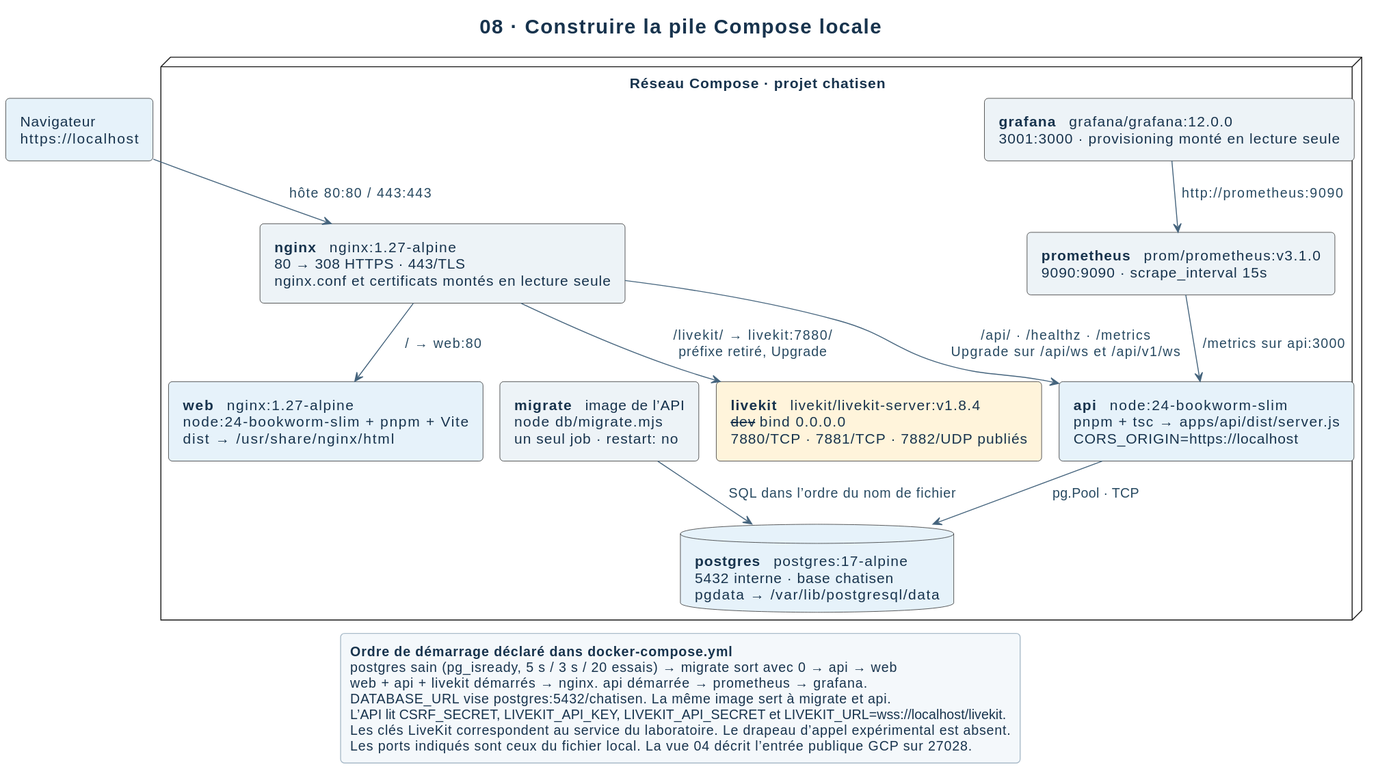
Earlier version of the PlantUML export docs/architecture/svg/08-compose.svg (Zayonx-0/ChatISEN). Its diagram source:
```plantuml
@startuml
!pragma layout smetana
skinparam backgroundColor white
skinparam shadowing false
skinparam defaultFontName SansSerif
skinparam defaultFontSize 15
skinparam defaultFontColor #17334D
skinparam titleFontSize 21
skinparam titleFontColor #17334D
skinparam ArrowColor #45647D
skinparam ArrowFontColor #274961
skinparam ArrowFontSize 14
skinparam roundcorner 8
skinparam padding 5
skinparam LegendBackgroundColor #F4F8FB
skinparam LegendBorderColor #AABCCA
skinparam NoteBackgroundColor #FFF4DB
skinparam NoteBorderColor #AB8046
skinparam NoteFontColor #48361A
skinparam sequenceParticipantBackgroundColor #E6F2FA
skinparam sequenceParticipantBorderColor #49799A
skinparam sequenceLifeLineBorderColor #91ADBF
skinparam componentStyle rectangle
skinparam classAttributeIconSize 0
hide empty methods

title 08 · Construire la pile Compose locale
rectangle "Navigateur\nhttps://localhost" as browser #E6F2FA
node "Réseau Compose · projet chatisen" {
  rectangle "<b>nginx</b>   nginx:1.27-alpine\n80 → 308 HTTPS · 443/TLS\nnginx.conf et certificats montés en lecture seule" as edge #EDF3F7
  rectangle "<b>web</b>   nginx:1.27-alpine\nnode:24-bookworm-slim + pnpm + Vite\ndist → /usr/share/nginx/html" as web #E6F2FA
  rectangle "<b>api</b>   node:24-bookworm-slim\npnpm + tsc → apps/api/dist/server.js\nCORS_ORIGIN=https://localhost" as api #E6F2FA
  rectangle "<b>livekit</b>   livekit/livekit-server:v1.8.4\n--dev --bind 0.0.0.0\n7880/TCP · 7881/TCP · 7882/UDP publiés" as livekit #FFF4DB
  rectangle "<b>migrate</b>   image de l’API\nnode db/migrate.mjs\nun seul job · restart: no" as migrate #EDF3F7
  database "<b>postgres</b>   postgres:17-alpine\n5432 interne · base chatisen\npgdata → /var/lib/postgresql/data" as pg #E6F2FA
  rectangle "<b>prometheus</b>   prom/prometheus:v3.1.0\n9090:9090 · scrape_interval 15s" as prom #EDF3F7
  rectangle "<b>grafana</b>   grafana/grafana:12.0.0\n3001:3000 · provisioning monté en lecture seule" as graf #EDF3F7
}
browser --> edge : hôte 80:80 / 443:443
edge --> web : / → web:80
edge --> api : /api/ · /healthz · /metrics\nUpgrade sur /api/ws et /api/v1/ws
edge --> livekit : /livekit/ → livekit:7880/\npréfixe retiré, Upgrade
api --> pg : pg.Pool · TCP
migrate --> pg : SQL dans l’ordre du nom de fichier
graf --> prom : http://prometheus:9090
prom --> api : /metrics sur api:3000
legend bottom
  <b>Ordre de démarrage déclaré dans docker-compose.yml</b>
  postgres sain (pg_isready, 5 s / 3 s / 20 essais) → migrate sort avec 0 → api → web
  web + api + livekit démarrés → nginx. api démarrée → prometheus → grafana.
  DATABASE_URL vise postgres:5432/chatisen. La même image sert à migrate et api.
  L’API lit CSRF_SECRET, LIVEKIT_API_KEY, LIVEKIT_API_SECRET et LIVEKIT_URL=wss://localhost/livekit.
  Les clés LiveKit correspondent au service du laboratoire. Le drapeau d’appel expérimental est absent.
  Les ports indiqués sont ceux du fichier local. La vue 04 décrit l’entrée publique GCP sur 27028.
endlegend
@enduml
```
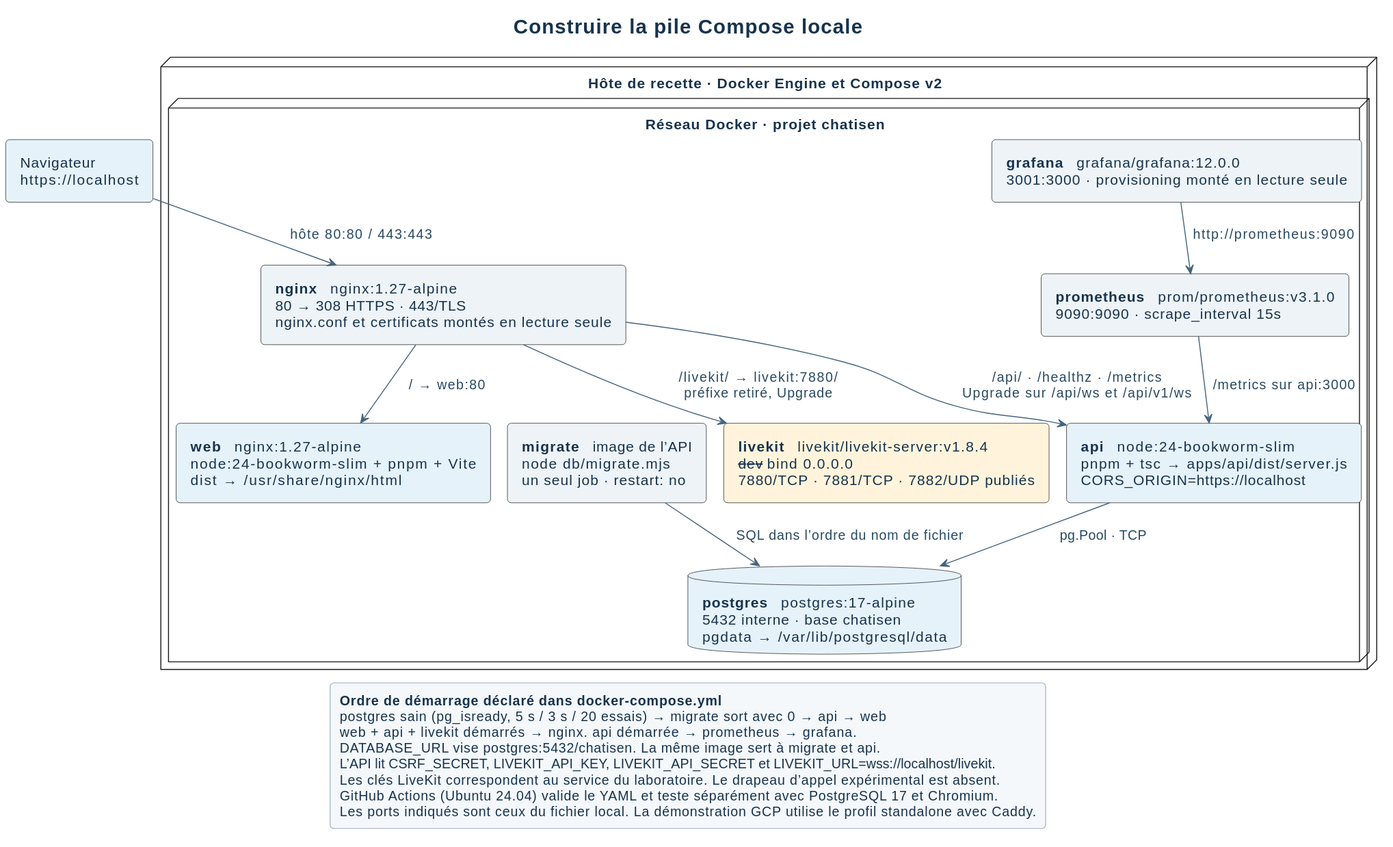
Later version of the same file.

Diff of the diagram source:
```diff
@@ -24,9 +24,10 @@
 skinparam classAttributeIconSize 0
 hide empty methods
 
-title 08 · Construire la pile Compose locale
+title Construire la pile Compose locale
 rectangle "Navigateur\nhttps://localhost" as browser #E6F2FA
-node "Réseau Compose · projet chatisen" {
+node "Hôte de recette · Docker Engine et Compose v2" {
+  node "Réseau Docker · projet chatisen" {
   rectangle "<b>nginx</b>   nginx:1.27-alpine\n80 → 308 HTTPS · 443/TLS\nnginx.conf et certificats montés en lecture seule" as edge #EDF3F7
   rectangle "<b>web</b>   nginx:1.27-alpine\nnode:24-bookworm-slim + pnpm + Vite\ndist → /usr/share/nginx/html" as web #E6F2FA
   rectangle "<b>api</b>   node:24-bookworm-slim\npnpm + tsc → apps/api/dist/server.js\nCORS_ORIGIN=https://localhost" as api #E6F2FA
@@ -35,6 +36,7 @@
   database "<b>postgres</b>   postgres:17-alpine\n5432 interne · base chatisen\npgdata → /var/lib/postgresql/data" as pg #E6F2FA
   rectangle "<b>prometheus</b>   prom/prometheus:v3.1.0\n9090:9090 · scrape_interval 15s" as prom #EDF3F7
   rectangle "<b>grafana</b>   grafana/grafana:12.0.0\n3001:3000 · provisioning monté en lecture seule" as graf #EDF3F7
+  }
 }
 browser --> edge : hôte 80:80 / 443:443
 edge --> web : / → web:80
@@ -51,6 +53,7 @@
   DATABASE_URL vise postgres:5432/chatisen. La même image sert à migrate et api.
   L’API lit CSRF_SECRET, LIVEKIT_API_KEY, LIVEKIT_API_SECRET et LIVEKIT_URL=wss://localhost/livekit.
   Les clés LiveKit correspondent au service du laboratoire. Le drapeau d’appel expérimental est absent.
-  Les ports indiqués sont ceux du fichier local. La vue 04 décrit l’entrée publique GCP sur 27028.
+  GitHub Actions (Ubuntu 24.04) valide le YAML et teste séparément avec PostgreSQL 17 et Chromium.
+  Les ports indiqués sont ceux du fichier local. La démonstration GCP utilise le profil standalone avec Caddy.
 endlegend
 @enduml
```
